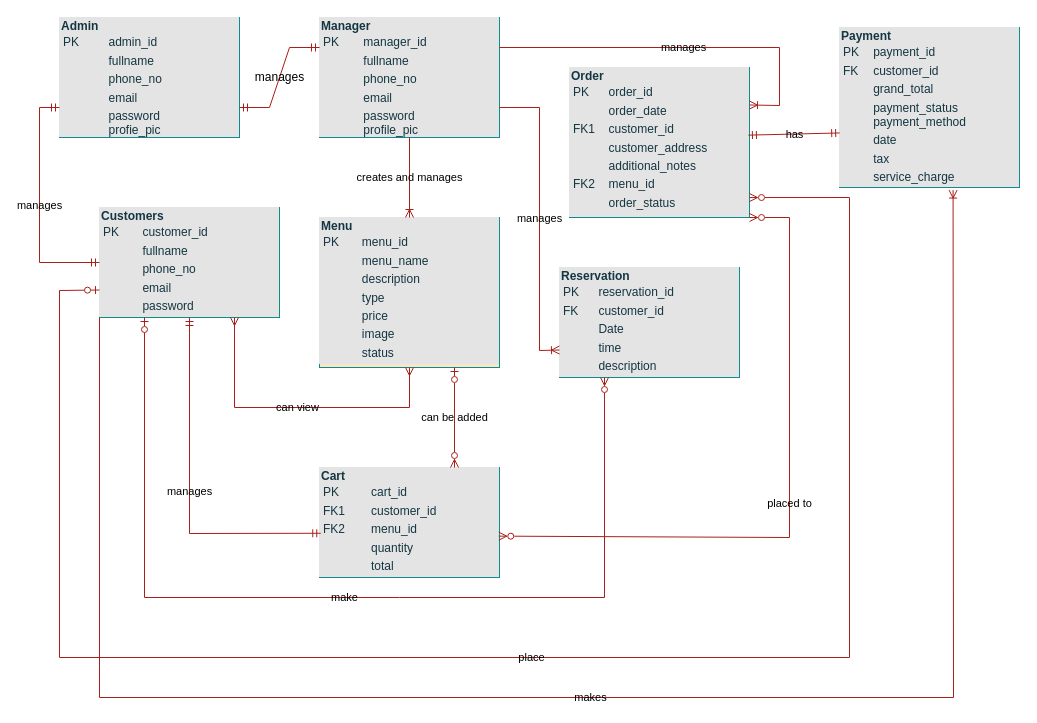
The draw.io diagram ZachumERD.drawio in birbdrtamang/Zachum-By-Skydancer, before the edit. Source tidied: cells renumbered, new cells numbered last; positions are measured from the earlier drawing's top-left corner, leaving out a move shared by most shapes. Both pictures are drawn from the tidied source at 100%, with x=0, y=0 at pixel (39, 17).
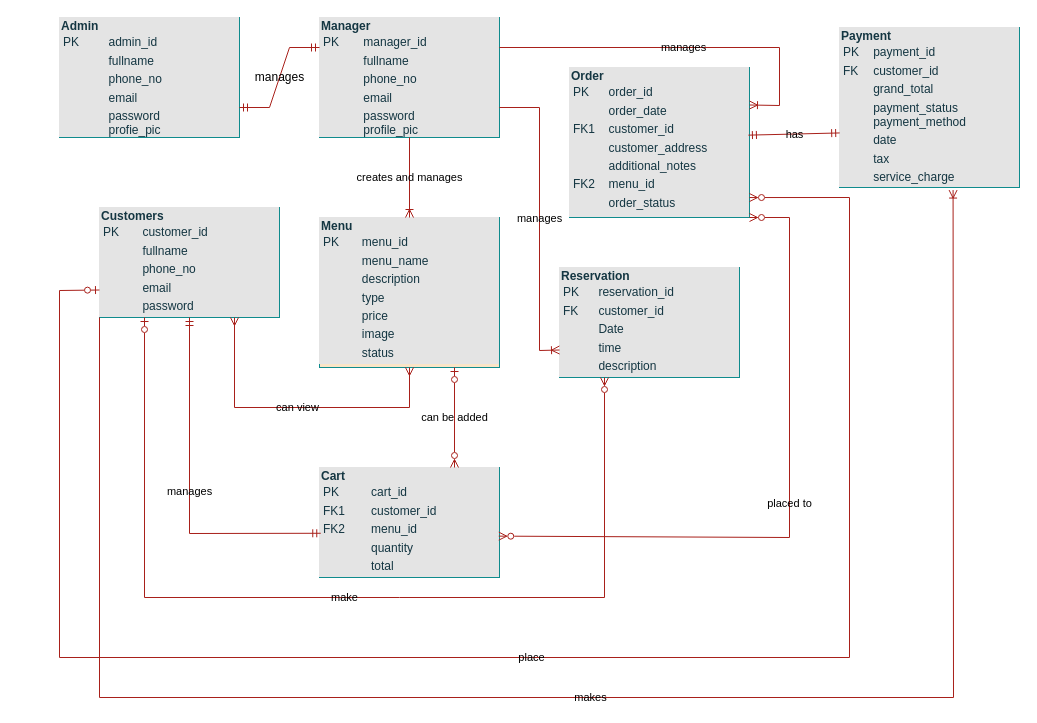
After the change.

Unchanged cells that the change refers to:
```xml
<mxCell id="2" style="group;labelBackgroundColor=none;fontColor=#143642;" parent="1" vertex="1">
  <mxGeometry width="980" height="680" as="geometry" />
</mxCell>
<mxCell id="3" value="&lt;div style=&quot;box-sizing:border-box;width:100%;background:#e4e4e4;padding:2px;&quot;&gt;&lt;b&gt;Customers&lt;/b&gt;&lt;br&gt;&lt;table style=&quot;background-color: initial; font-size: 1em; width: 100%;&quot; cellpadding=&quot;2&quot; cellspacing=&quot;0&quot;&gt;&lt;tbody&gt;&lt;tr&gt;&lt;td&gt;PK&lt;/td&gt;&lt;td&gt;customer_id&lt;/td&gt;&lt;/tr&gt;&lt;tr&gt;&lt;td&gt;&lt;br&gt;&lt;/td&gt;&lt;td&gt;fullname&lt;/td&gt;&lt;/tr&gt;&lt;tr&gt;&lt;td&gt;&lt;br&gt;&lt;/td&gt;&lt;td&gt;phone_no&lt;/td&gt;&lt;/tr&gt;&lt;tr&gt;&lt;td&gt;&lt;br&gt;&lt;/td&gt;&lt;td&gt;email&lt;/td&gt;&lt;/tr&gt;&lt;tr&gt;&lt;td&gt;&lt;br&gt;&lt;/td&gt;&lt;td&gt;password&lt;/td&gt;&lt;/tr&gt;&lt;/tbody&gt;&lt;/table&gt;&lt;/div&gt;" style="verticalAlign=top;align=left;overflow=fill;html=1;whiteSpace=wrap;labelBackgroundColor=none;fillColor=#FAE5C7;strokeColor=#0F8B8D;fontColor=#143642;" parent="2" vertex="1">
  <mxGeometry x="60" y="190" width="180" height="110" as="geometry" />
</mxCell>
<mxCell id="8" value="&lt;div style=&quot;box-sizing:border-box;width:100%;background:#e4e4e4;padding:2px;&quot;&gt;&lt;b&gt;Admin&lt;/b&gt;&lt;table style=&quot;background-color: initial; font-size: 1em; width: 100%;&quot; cellpadding=&quot;2&quot; cellspacing=&quot;0&quot;&gt;&lt;tbody&gt;&lt;tr&gt;&lt;td&gt;PK&lt;/td&gt;&lt;td&gt;admin_id&lt;/td&gt;&lt;/tr&gt;&lt;tr&gt;&lt;td&gt;&lt;br&gt;&lt;/td&gt;&lt;td&gt;fullname&lt;/td&gt;&lt;/tr&gt;&lt;tr&gt;&lt;td&gt;&lt;br&gt;&lt;/td&gt;&lt;td&gt;phone_no&lt;/td&gt;&lt;/tr&gt;&lt;tr&gt;&lt;td&gt;&lt;br&gt;&lt;/td&gt;&lt;td&gt;email&lt;/td&gt;&lt;/tr&gt;&lt;tr&gt;&lt;td&gt;&lt;br&gt;&lt;/td&gt;&lt;td&gt;password&lt;br&gt;profie_pic&lt;/td&gt;&lt;/tr&gt;&lt;/tbody&gt;&lt;/table&gt;&lt;/div&gt;" style="verticalAlign=top;align=left;overflow=fill;html=1;whiteSpace=wrap;labelBackgroundColor=none;fillColor=#FAE5C7;strokeColor=#0F8B8D;fontColor=#143642;" parent="2" vertex="1">
  <mxGeometry x="20" width="180" height="120" as="geometry" />
</mxCell>
```

Diff of the diagram source:
```diff
@@
-    <mxCell id="11" value="manages" style="endArrow=ERmandOne;html=1;rounded=0;exitX=0;exitY=0.75;exitDx=0;exitDy=0;entryX=0;entryY=0.5;entryDx=0;entryDy=0;startArrow=ERmandOne;startFill=0;endFill=0;labelBackgroundColor=none;strokeColor=#A8201A;fontColor=default;" parent="2" edge="1" source="8" target="3">
-      <mxGeometry relative="1" as="geometry">
-        <Array as="points">
-          <mxPoint y="90" />
-          <mxPoint y="245" />
-        </Array>
-      </mxGeometry>
-    </mxCell>
```
